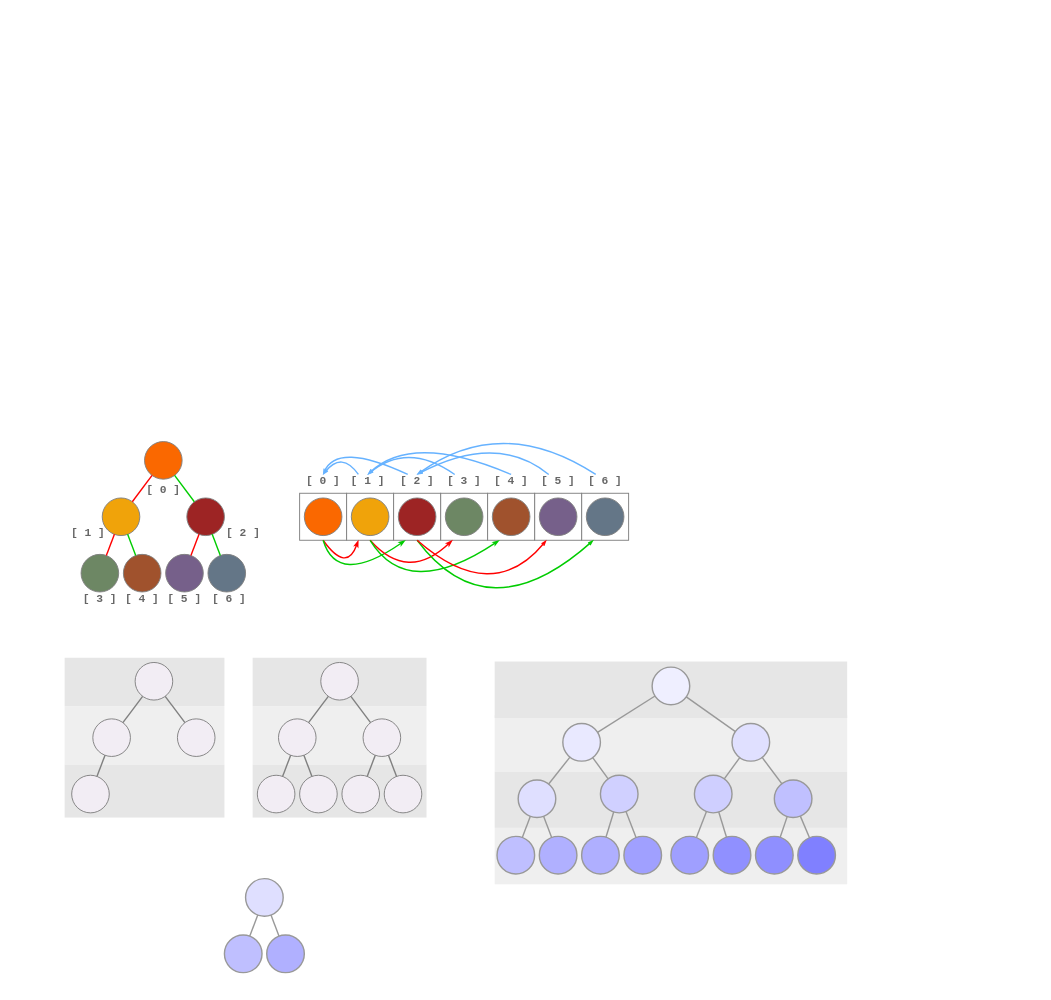
lgreco/images keeps this draw.io diagram as pqueue/pqueue.drawio. Above is the earlier version. Source tidied: cells renumbered, new cells numbered last; positions are measured from the earlier drawing's top-left corner, leaving out a move shared by most shapes. Both pictures are drawn from the tidied source at 47%, with x=0, y=0 at pixel (64, 413).
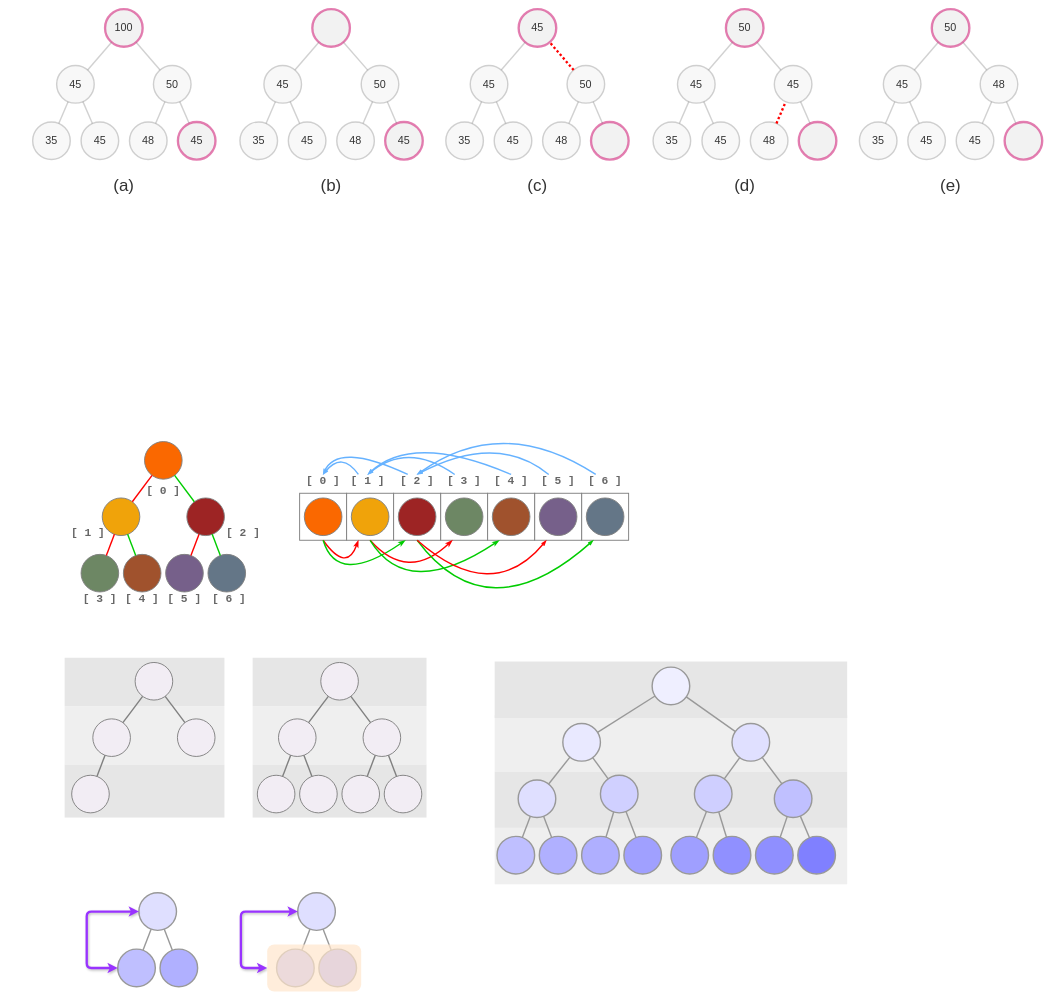
After the change.

What changed in the source:
```diff
@@
     <mxCell id="116" style="ellipse;whiteSpace=wrap;html=1;fillColor=#DFDFFF;strokeColor=#999999;fontColor=#ffffff;strokeWidth=3;" parent="1" vertex="1">
-      <mxGeometry x="385" y="990" width="80" height="80" as="geometry" />
+      <mxGeometry x="158" y="1020" width="80" height="80" as="geometry" />
     </mxCell>
     <mxCell id="117" style="ellipse;whiteSpace=wrap;html=1;fillColor=#BFBFFF;strokeColor=#999999;fontColor=#ffffff;strokeWidth=3;flipH=1;legacyAnchorPoints=0;" parent="1" vertex="1">
-      <mxGeometry x="340" y="1110" width="80" height="80" as="geometry" />
+      <mxGeometry x="113" y="1140" width="80" height="80" as="geometry" />
     </mxCell>
     <mxCell id="118" style="ellipse;whiteSpace=wrap;html=1;fillColor=#B0B0FF;strokeColor=#999999;fontColor=#ffffff;strokeWidth=3;flipH=1;legacyAnchorPoints=0;" parent="1" vertex="1">
-      <mxGeometry x="430" y="1110" width="80" height="80" as="geometry" />
+      <mxGeometry x="203" y="1140" width="80" height="80" as="geometry" />
     </mxCell>
@@
+    <mxCell id="121" style="endArrow=classic;startArrow=classic;html=1;rounded=1;strokeWidth=5;strokeColor=#9933FF;curved=0;shadow=1;" parent="1" edge="1" source="117" target="116">
+      <mxGeometry relative="1" as="geometry">
+        <Array as="points">
+          <mxPoint x="47" y="1180" />
+          <mxPoint x="47" y="1060" />
+        </Array>
+      </mxGeometry>
+    </mxCell>
+    <mxCell id="122" style="ellipse;whiteSpace=wrap;html=1;fillColor=#DFDFFF;strokeColor=#999999;fontColor=#ffffff;strokeWidth=3;" parent="1" vertex="1">
+      <mxGeometry x="496" y="1020" width="80" height="80" as="geometry" />
+    </mxCell>
+    <mxCell id="123" style="ellipse;whiteSpace=wrap;html=1;fillColor=#BFBFFF;strokeColor=#999999;fontColor=#ffffff;strokeWidth=3;flipH=1;legacyAnchorPoints=0;" parent="1" vertex="1">
+      <mxGeometry x="451" y="1140" width="80" height="80" as="geometry" />
+    </mxCell>
+    <mxCell id="124" style="ellipse;whiteSpace=wrap;html=1;fillColor=#B0B0FF;strokeColor=#999999;fontColor=#ffffff;strokeWidth=3;flipH=1;legacyAnchorPoints=0;" parent="1" vertex="1">
+      <mxGeometry x="541" y="1140" width="80" height="80" as="geometry" />
+    </mxCell>
+    <mxCell id="125" style="endArrow=none;html=1;rounded=0;strokeWidth=3;strokeColor=#999999;fillColor=#76608a;" parent="1" edge="1" source="123" target="122">
+      <mxGeometry relative="1" as="geometry" />
+    </mxCell>
+    <mxCell id="126" style="endArrow=none;html=1;rounded=0;strokeWidth=3;strokeColor=#999999;fillColor=#76608a;" parent="1" edge="1" source="124" target="122">
+      <mxGeometry relative="1" as="geometry" />
+    </mxCell>
+    <mxCell id="127" style="endArrow=classic;startArrow=classic;html=1;rounded=1;entryX=0;entryY=0.5;entryDx=0;entryDy=0;exitX=0;exitY=0.5;exitDx=0;exitDy=0;strokeWidth=5;strokeColor=#9933FF;curved=0;shadow=1;" parent="1" edge="1" source="128" target="122">
+      <mxGeometry relative="1" as="geometry">
+        <Array as="points">
+          <mxPoint x="375" y="1180" />
+          <mxPoint x="375" y="1060" />
+        </Array>
+      </mxGeometry>
+    </mxCell>
+    <mxCell id="128" style="rounded=1;whiteSpace=wrap;html=1;fillColor=#FFE6CC;strokeColor=none;opacity=70;" parent="1" vertex="1">
+      <mxGeometry x="431" y="1130" width="200" height="100" as="geometry" />
+    </mxCell>
+    <mxCell id="129" style="group;" parent="1" vertex="1">
+      <mxGeometry x="-120" y="-860" width="350" height="320" as="geometry" />
+    </mxCell>
+    <mxCell id="130" value="100" style="ellipse;whiteSpace=wrap;html=1;fillColor=#E6E6E6;strokeColor=#CC0066;fontColor=#333333;strokeWidth=5;opacity=50;fontSize=23;" parent="129" vertex="1">
+      <mxGeometry x="206" width="80" height="80" as="geometry" />
+    </mxCell>
+    <mxCell id="131" value="45" style="ellipse;whiteSpace=wrap;html=1;fillColor=#E6E6E6;strokeColor=#666666;fontColor=#333333;strokeWidth=3;opacity=30;fontSize=23;" parent="129" vertex="1">
+      <mxGeometry x="103" y="120" width="80" height="80" as="geometry" />
+    </mxCell>
+    <mxCell id="132" value="50" style="ellipse;whiteSpace=wrap;html=1;fillColor=#E6E6E6;strokeColor=#666666;fontColor=#333333;strokeWidth=3;opacity=30;fontSize=23;" parent="129" vertex="1">
+      <mxGeometry x="309" y="120" width="80" height="80" as="geometry" />
+    </mxCell>
+    <mxCell id="133" value="35" style="ellipse;whiteSpace=wrap;html=1;fillColor=#E6E6E6;strokeColor=#666666;fontColor=#333333;strokeWidth=3;opacity=30;fontSize=23;" parent="129" vertex="1">
+      <mxGeometry x="52" y="240" width="80" height="80" as="geometry" />
+    </mxCell>
+    <mxCell id="134" value="45" style="ellipse;whiteSpace=wrap;html=1;fillColor=#E6E6E6;strokeColor=#666666;fontColor=#333333;strokeWidth=3;opacity=30;fontSize=23;" parent="129" vertex="1">
+      <mxGeometry x="155" y="240" width="80" height="80" as="geometry" />
+    </mxCell>
+    <mxCell id="135" value="48" style="ellipse;whiteSpace=wrap;html=1;fillColor=#E6E6E6;strokeColor=#666666;fontColor=#333333;strokeWidth=3;opacity=30;fontSize=23;" parent="129" vertex="1">
+      <mxGeometry x="258" y="240" width="80" height="80" as="geometry" />
+    </mxCell>
+    <mxCell id="136" value="45" style="ellipse;whiteSpace=wrap;html=1;fillColor=#E6E6E6;strokeColor=#CC0066;fontColor=#333333;strokeWidth=5;opacity=50;fontSize=23;" parent="129" vertex="1">
+      <mxGeometry x="361" y="240" width="80" height="80" as="geometry" />
+    </mxCell>
+    <mxCell id="137" style="endArrow=none;html=1;rounded=0;strokeWidth=3;strokeColor=#666666;opacity=30;fontSize=23;fontColor=#333333;" parent="129" edge="1" source="131" target="130">
+      <mxGeometry relative="1" as="geometry" />
+    </mxCell>
+    <mxCell id="138" style="endArrow=none;html=1;rounded=0;strokeWidth=3;strokeColor=#666666;opacity=30;fontSize=23;fontColor=#333333;" parent="129" edge="1" source="132" target="130">
+      <mxGeometry relative="1" as="geometry" />
+    </mxCell>
+    <mxCell id="139" style="endArrow=none;html=1;rounded=0;strokeWidth=3;strokeColor=#666666;opacity=30;fontSize=23;fontColor=#333333;" parent="129" edge="1" source="136" target="132">
+      <mxGeometry relative="1" as="geometry" />
+    </mxCell>
+    <mxCell id="140" style="endArrow=none;html=1;rounded=0;strokeWidth=3;strokeColor=#666666;opacity=30;fontSize=23;fontColor=#333333;" parent="129" edge="1" source="135" target="132">
+      <mxGeometry relative="1" as="geometry" />
+    </mxCell>
+    <mxCell id="141" style="endArrow=none;html=1;rounded=0;strokeWidth=3;strokeColor=#666666;opacity=30;fontSize=23;fontColor=#333333;" parent="129" edge="1" source="134" target="131">
+      <mxGeometry relative="1" as="geometry" />
+    </mxCell>
+    <mxCell id="142" style="endArrow=none;html=1;rounded=0;strokeWidth=3;strokeColor=#666666;opacity=30;fontSize=23;fontColor=#333333;" parent="129" edge="1" source="133" target="131">
+      <mxGeometry relative="1" as="geometry" />
+    </mxCell>
+    <mxCell id="143" style="group;" parent="1" vertex="1">
+      <mxGeometry x="365" y="-860" width="350" height="320" as="geometry" />
+    </mxCell>
+    <mxCell id="144" style="ellipse;whiteSpace=wrap;html=1;fillColor=#E6E6E6;strokeColor=#CC0066;fontColor=#333333;strokeWidth=5;opacity=50;fontSize=23;" parent="143" vertex="1">
+      <mxGeometry x="162" width="80" height="80" as="geometry" />
+    </mxCell>
+    <mxCell id="145" value="45" style="ellipse;whiteSpace=wrap;html=1;fillColor=#E6E6E6;strokeColor=#666666;fontColor=#333333;strokeWidth=3;opacity=30;fontSize=23;" parent="143" vertex="1">
+      <mxGeometry x="59" y="120" width="80" height="80" as="geometry" />
+    </mxCell>
+    <mxCell id="146" value="50" style="ellipse;whiteSpace=wrap;html=1;fillColor=#E6E6E6;strokeColor=#666666;fontColor=#333333;strokeWidth=3;opacity=30;fontSize=23;" parent="143" vertex="1">
+      <mxGeometry x="266" y="120" width="80" height="80" as="geometry" />
+    </mxCell>
+    <mxCell id="147" value="35" style="ellipse;whiteSpace=wrap;html=1;fillColor=#E6E6E6;strokeColor=#666666;fontColor=#333333;strokeWidth=3;opacity=30;fontSize=23;" parent="143" vertex="1">
+      <mxGeometry x="8" y="240" width="80" height="80" as="geometry" />
+    </mxCell>
+    <mxCell id="148" value="45" style="ellipse;whiteSpace=wrap;html=1;fillColor=#E6E6E6;strokeColor=#666666;fontColor=#333333;strokeWidth=3;opacity=30;fontSize=23;" parent="143" vertex="1">
+      <mxGeometry x="111" y="240" width="80" height="80" as="geometry" />
+    </mxCell>
+    <mxCell id="149" value="48" style="ellipse;whiteSpace=wrap;html=1;fillColor=#E6E6E6;strokeColor=#666666;fontColor=#333333;strokeWidth=3;opacity=30;fontSize=23;" parent="143" vertex="1">
+      <mxGeometry x="214" y="240" width="80" height="80" as="geometry" />
+    </mxCell>
+    <mxCell id="150" value="45" style="ellipse;whiteSpace=wrap;html=1;fillColor=#E6E6E6;strokeColor=#CC0066;fontColor=#333333;strokeWidth=5;opacity=50;fontSize=23;" parent="143" vertex="1">
+      <mxGeometry x="317" y="240" width="80" height="80" as="geometry" />
+    </mxCell>
+    <mxCell id="151" style="endArrow=none;html=1;rounded=0;strokeWidth=3;strokeColor=#666666;opacity=30;fontSize=23;fontColor=#333333;" parent="143" edge="1" source="145" target="144">
+      <mxGeometry relative="1" as="geometry" />
+    </mxCell>
+    <mxCell id="152" style="endArrow=none;html=1;rounded=0;strokeWidth=3;strokeColor=#666666;opacity=30;fontSize=23;fontColor=#333333;" parent="143" edge="1" source="146" target="144">
+      <mxGeometry relative="1" as="geometry" />
+    </mxCell>
+    <mxCell id="153" style="endArrow=none;html=1;rounded=0;strokeWidth=3;strokeColor=#666666;opacity=30;fontSize=23;fontColor=#333333;" parent="143" edge="1" source="150" target="146">
+      <mxGeometry relative="1" as="geometry" />
+    </mxCell>
+    <mxCell id="154" style="endArrow=none;html=1;rounded=0;strokeWidth=3;strokeColor=#666666;opacity=30;fontSize=23;fontColor=#333333;" parent="143" edge="1" source="149" target="146">
+      <mxGeometry relative="1" as="geometry" />
+    </mxCell>
+    <mxCell id="155" style="endArrow=none;html=1;rounded=0;strokeWidth=3;strokeColor=#666666;opacity=30;fontSize=23;fontColor=#333333;" parent="143" edge="1" source="148" target="145">
+      <mxGeometry relative="1" as="geometry" />
+    </mxCell>
+    <mxCell id="156" style="endArrow=none;html=1;rounded=0;strokeWidth=3;strokeColor=#666666;opacity=30;fontSize=23;fontColor=#333333;" parent="143" edge="1" source="147" target="145">
+      <mxGeometry relative="1" as="geometry" />
+    </mxCell>
+    <mxCell id="157" style="group;" parent="1" vertex="1">
+      <mxGeometry x="820" y="-860" width="350" height="320" as="geometry" />
+    </mxCell>
+    <mxCell id="158" value="45" style="ellipse;whiteSpace=wrap;html=1;fillColor=#E6E6E6;strokeColor=#CC0066;fontColor=#333333;strokeWidth=5;opacity=50;fontSize=23;" parent="157" vertex="1">
+      <mxGeometry x="146" width="80" height="80" as="geometry" />
+    </mxCell>
+    <mxCell id="159" value="45" style="ellipse;whiteSpace=wrap;html=1;fillColor=#E6E6E6;strokeColor=#666666;fontColor=#333333;strokeWidth=3;opacity=30;fontSize=23;" parent="157" vertex="1">
+      <mxGeometry x="43" y="120" width="80" height="80" as="geometry" />
+    </mxCell>
+    <mxCell id="160" value="50" style="ellipse;whiteSpace=wrap;html=1;fillColor=#E6E6E6;strokeColor=#666666;fontColor=#333333;strokeWidth=3;opacity=30;fontSize=23;" parent="157" vertex="1">
+      <mxGeometry x="249" y="120" width="80" height="80" as="geometry" />
+    </mxCell>
+    <mxCell id="161" value="35" style="ellipse;whiteSpace=wrap;html=1;fillColor=#E6E6E6;strokeColor=#666666;fontColor=#333333;strokeWidth=3;opacity=30;fontSize=23;" parent="157" vertex="1">
+      <mxGeometry x="-9" y="240" width="80" height="80" as="geometry" />
+    </mxCell>
+    <mxCell id="162" value="45" style="ellipse;whiteSpace=wrap;html=1;fillColor=#E6E6E6;strokeColor=#666666;fontColor=#333333;strokeWidth=3;opacity=30;fontSize=23;" parent="157" vertex="1">
+      <mxGeometry x="94" y="240" width="80" height="80" as="geometry" />
+    </mxCell>
+    <mxCell id="163" value="48" style="ellipse;whiteSpace=wrap;html=1;fillColor=#E6E6E6;strokeColor=#666666;fontColor=#333333;strokeWidth=3;opacity=30;fontSize=23;" parent="157" vertex="1">
+      <mxGeometry x="197" y="240" width="80" height="80" as="geometry" />
+    </mxCell>
+    <mxCell id="164" style="ellipse;whiteSpace=wrap;html=1;fillColor=#E6E6E6;strokeColor=#CC0066;fontColor=#333333;strokeWidth=5;opacity=50;fontSize=23;" parent="157" vertex="1">
+      <mxGeometry x="300" y="240" width="80" height="80" as="geometry" />
+    </mxCell>
+    <mxCell id="165" style="endArrow=none;html=1;rounded=0;strokeWidth=3;strokeColor=#666666;opacity=30;fontSize=23;fontColor=#333333;" parent="157" edge="1" source="159" target="158">
+      <mxGeometry relative="1" as="geometry" />
+    </mxCell>
+    <mxCell id="166" style="endArrow=none;html=1;rounded=0;strokeWidth=5;strokeColor=#FF0000;fontSize=23;fontColor=#333333;dashed=1;dashPattern=1 1;" parent="157" edge="1" source="160" target="158">
+      <mxGeometry relative="1" as="geometry" />
+    </mxCell>
+    <mxCell id="167" style="endArrow=none;html=1;rounded=0;strokeWidth=3;strokeColor=#666666;opacity=30;fontSize=23;fontColor=#333333;" parent="157" edge="1" source="164" target="160">
+      <mxGeometry relative="1" as="geometry" />
+    </mxCell>
+    <mxCell id="168" style="endArrow=none;html=1;rounded=0;strokeWidth=3;strokeColor=#666666;opacity=30;fontSize=23;fontColor=#333333;" parent="157" edge="1" source="163" target="160">
+      <mxGeometry relative="1" as="geometry" />
+    </mxCell>
+    <mxCell id="169" style="endArrow=none;html=1;rounded=0;strokeWidth=3;strokeColor=#666666;opacity=30;fontSize=23;fontColor=#333333;" parent="157" edge="1" source="162" target="159">
+      <mxGeometry relative="1" as="geometry" />
+    </mxCell>
+    <mxCell id="170" style="endArrow=none;html=1;rounded=0;strokeWidth=3;strokeColor=#666666;opacity=30;fontSize=23;fontColor=#333333;" parent="157" edge="1" source="161" target="159">
+      <mxGeometry relative="1" as="geometry" />
+    </mxCell>
+    <mxCell id="171" style="group;" parent="1" vertex="1">
+      <mxGeometry x="1239" y="-860" width="350" height="320" as="geometry" />
+    </mxCell>
+    <mxCell id="172" value="50" style="ellipse;whiteSpace=wrap;html=1;fillColor=#E6E6E6;strokeColor=#CC0066;fontColor=#333333;strokeWidth=5;opacity=50;fontSize=23;" parent="171" vertex="1">
+      <mxGeometry x="168" width="80" height="80" as="geometry" />
+    </mxCell>
+    <mxCell id="173" value="45" style="ellipse;whiteSpace=wrap;html=1;fillColor=#E6E6E6;strokeColor=#666666;fontColor=#333333;strokeWidth=3;opacity=30;fontSize=23;" parent="171" vertex="1">
+      <mxGeometry x="65" y="120" width="80" height="80" as="geometry" />
+    </mxCell>
+    <mxCell id="174" value="45" style="ellipse;whiteSpace=wrap;html=1;fillColor=#E6E6E6;strokeColor=#666666;fontColor=#333333;strokeWidth=3;opacity=30;fontSize=23;" parent="171" vertex="1">
+      <mxGeometry x="271" y="120" width="80" height="80" as="geometry" />
+    </mxCell>
+    <mxCell id="175" value="35" style="ellipse;whiteSpace=wrap;html=1;fillColor=#E6E6E6;strokeColor=#666666;fontColor=#333333;strokeWidth=3;opacity=30;fontSize=23;" parent="171" vertex="1">
+      <mxGeometry x="13" y="240" width="80" height="80" as="geometry" />
+    </mxCell>
+    <mxCell id="176" value="45" style="ellipse;whiteSpace=wrap;html=1;fillColor=#E6E6E6;strokeColor=#666666;fontColor=#333333;strokeWidth=3;opacity=30;fontSize=23;" parent="171" vertex="1">
+      <mxGeometry x="117" y="240" width="80" height="80" as="geometry" />
+    </mxCell>
+    <mxCell id="177" value="48" style="ellipse;whiteSpace=wrap;html=1;fillColor=#E6E6E6;strokeColor=#666666;fontColor=#333333;strokeWidth=3;opacity=30;fontSize=23;" parent="171" vertex="1">
+      <mxGeometry x="220" y="240" width="80" height="80" as="geometry" />
+    </mxCell>
+    <mxCell id="178" style="ellipse;whiteSpace=wrap;html=1;fillColor=#E6E6E6;strokeColor=#CC0066;fontColor=#333333;strokeWidth=5;opacity=50;fontSize=23;" parent="171" vertex="1">
+      <mxGeometry x="323" y="240" width="80" height="80" as="geometry" />
+    </mxCell>
+    <mxCell id="179" style="endArrow=none;html=1;rounded=0;strokeWidth=3;strokeColor=#666666;opacity=30;fontSize=23;fontColor=#333333;" parent="171" edge="1" source="173" target="172">
+      <mxGeometry relative="1" as="geometry" />
+    </mxCell>
+    <mxCell id="180" style="endArrow=none;html=1;rounded=0;strokeWidth=3;strokeColor=#666666;opacity=30;fontSize=23;fontColor=#333333;" parent="171" edge="1" source="174" target="172">
+      <mxGeometry relative="1" as="geometry" />
+    </mxCell>
+    <mxCell id="181" style="endArrow=none;html=1;rounded=0;strokeWidth=3;strokeColor=#666666;opacity=30;fontSize=23;fontColor=#333333;" parent="171" edge="1" source="178" target="174">
+      <mxGeometry relative="1" as="geometry" />
+    </mxCell>
+    <mxCell id="182" style="endArrow=none;html=1;rounded=0;strokeWidth=5;strokeColor=#FF0000;fontSize=23;fontColor=#333333;dashed=1;dashPattern=1 1;" parent="171" edge="1" source="177" target="174">
+      <mxGeometry relative="1" as="geometry" />
+    </mxCell>
+    <mxCell id="183" style="endArrow=none;html=1;rounded=0;strokeWidth=3;strokeColor=#666666;opacity=30;fontSize=23;fontColor=#333333;" parent="171" edge="1" source="176" target="173">
+      <mxGeometry relative="1" as="geometry" />
+    </mxCell>
+    <mxCell id="184" style="endArrow=none;html=1;rounded=0;strokeWidth=3;strokeColor=#666666;opacity=30;fontSize=23;fontColor=#333333;" parent="171" edge="1" source="175" target="173">
+      <mxGeometry relative="1" as="geometry" />
+    </mxCell>
+    <mxCell id="185" style="group;" parent="1" vertex="1">
+      <mxGeometry x="1730" y="-860" width="350" height="320" as="geometry" />
+    </mxCell>
+    <mxCell id="186" value="50" style="ellipse;whiteSpace=wrap;html=1;fillColor=#E6E6E6;strokeColor=#CC0066;fontColor=#333333;strokeWidth=5;opacity=50;fontSize=23;" parent="185" vertex="1">
+      <mxGeometry x="115" width="80" height="80" as="geometry" />
+    </mxCell>
+    <mxCell id="187" value="45" style="ellipse;whiteSpace=wrap;html=1;fillColor=#E6E6E6;strokeColor=#666666;fontColor=#333333;strokeWidth=3;opacity=30;fontSize=23;" parent="185" vertex="1">
+      <mxGeometry x="12" y="120" width="80" height="80" as="geometry" />
+    </mxCell>
+    <mxCell id="188" value="48" style="ellipse;whiteSpace=wrap;html=1;fillColor=#E6E6E6;strokeColor=#666666;fontColor=#333333;strokeWidth=3;opacity=30;fontSize=23;" parent="185" vertex="1">
+      <mxGeometry x="218" y="120" width="80" height="80" as="geometry" />
+    </mxCell>
+    <mxCell id="189" value="35" style="ellipse;whiteSpace=wrap;html=1;fillColor=#E6E6E6;strokeColor=#666666;fontColor=#333333;strokeWidth=3;opacity=30;fontSize=23;" parent="185" vertex="1">
+      <mxGeometry x="-39" y="240" width="80" height="80" as="geometry" />
+    </mxCell>
+    <mxCell id="190" value="45" style="ellipse;whiteSpace=wrap;html=1;fillColor=#E6E6E6;strokeColor=#666666;fontColor=#333333;strokeWidth=3;opacity=30;fontSize=23;" parent="185" vertex="1">
+      <mxGeometry x="64" y="240" width="80" height="80" as="geometry" />
+    </mxCell>
+    <mxCell id="191" value="45" style="ellipse;whiteSpace=wrap;html=1;fillColor=#E6E6E6;strokeColor=#666666;fontColor=#333333;strokeWidth=3;opacity=30;fontSize=23;" parent="185" vertex="1">
+      <mxGeometry x="167" y="240" width="80" height="80" as="geometry" />
+    </mxCell>
+    <mxCell id="192" style="ellipse;whiteSpace=wrap;html=1;fillColor=#E6E6E6;strokeColor=#CC0066;fontColor=#333333;strokeWidth=5;opacity=50;fontSize=23;" parent="185" vertex="1">
+      <mxGeometry x="270" y="240" width="80" height="80" as="geometry" />
+    </mxCell>
+    <mxCell id="193" style="endArrow=none;html=1;rounded=0;strokeWidth=3;strokeColor=#666666;opacity=30;fontSize=23;fontColor=#333333;" parent="185" edge="1" source="187" target="186">
+      <mxGeometry relative="1" as="geometry" />
+    </mxCell>
+    <mxCell id="194" style="endArrow=none;html=1;rounded=0;strokeWidth=3;strokeColor=#666666;opacity=30;fontSize=23;fontColor=#333333;" parent="185" edge="1" source="188" target="186">
+      <mxGeometry relative="1" as="geometry" />
+    </mxCell>
+    <mxCell id="195" style="endArrow=none;html=1;rounded=0;strokeWidth=3;strokeColor=#666666;opacity=30;fontSize=23;fontColor=#333333;" parent="185" edge="1" source="192" target="188">
+      <mxGeometry relative="1" as="geometry" />
+    </mxCell>
+    <mxCell id="196" style="endArrow=none;html=1;rounded=0;strokeWidth=3;strokeColor=#666666;opacity=30;fontSize=23;fontColor=#333333;" parent="185" edge="1" source="191" target="188">
+      <mxGeometry relative="1" as="geometry" />
+    </mxCell>
+    <mxCell id="197" style="endArrow=none;html=1;rounded=0;strokeWidth=3;strokeColor=#666666;opacity=30;fontSize=23;fontColor=#333333;" parent="185" edge="1" source="190" target="187">
+      <mxGeometry relative="1" as="geometry" />
+    </mxCell>
+    <mxCell id="198" style="endArrow=none;html=1;rounded=0;strokeWidth=3;strokeColor=#666666;opacity=30;fontSize=23;fontColor=#333333;" parent="185" edge="1" source="189" target="187">
+      <mxGeometry relative="1" as="geometry" />
+    </mxCell>
+    <mxCell id="199" value="(a)" style="text;html=1;whiteSpace=wrap;strokeColor=none;fillColor=none;align=center;verticalAlign=middle;rounded=0;fontSize=36;fontColor=#333333;" parent="1" vertex="1">
+      <mxGeometry x="96" y="-500" width="60" height="30" as="geometry" />
+    </mxCell>
+    <mxCell id="200" value="(b)" style="text;html=1;whiteSpace=wrap;strokeColor=none;fillColor=none;align=center;verticalAlign=middle;rounded=0;fontSize=36;fontColor=#333333;" parent="1" vertex="1">
+      <mxGeometry x="537" y="-500" width="60" height="30" as="geometry" />
+    </mxCell>
+    <mxCell id="201" value="(c)" style="text;html=1;whiteSpace=wrap;strokeColor=none;fillColor=none;align=center;verticalAlign=middle;rounded=0;fontSize=36;fontColor=#333333;" parent="1" vertex="1">
+      <mxGeometry x="976" y="-500" width="60" height="30" as="geometry" />
+    </mxCell>
+    <mxCell id="202" value="(d)" style="text;html=1;whiteSpace=wrap;strokeColor=none;fillColor=none;align=center;verticalAlign=middle;rounded=0;fontSize=36;fontColor=#333333;" parent="1" vertex="1">
+      <mxGeometry x="1417" y="-500" width="60" height="30" as="geometry" />
+    </mxCell>
+    <mxCell id="203" value="(e)" style="text;html=1;whiteSpace=wrap;strokeColor=none;fillColor=none;align=center;verticalAlign=middle;rounded=0;fontSize=36;fontColor=#333333;" parent="1" vertex="1">
+      <mxGeometry x="1855" y="-500" width="60" height="30" as="geometry" />
+    </mxCell>
```
